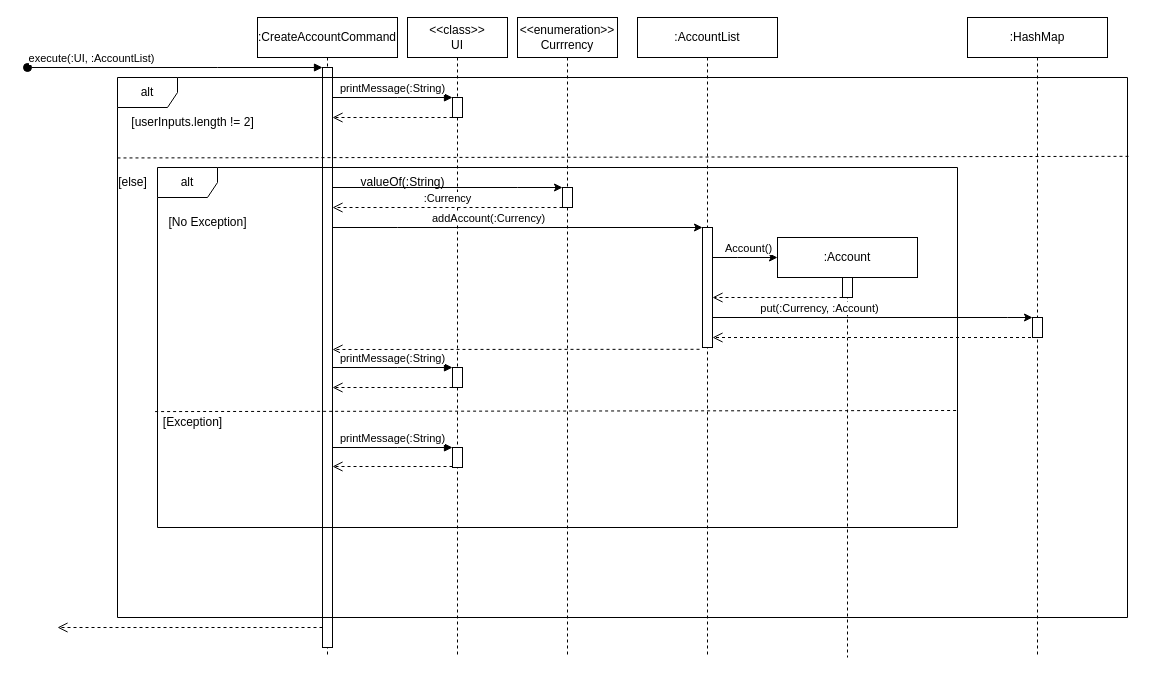
Earlier version of the draw.io diagram docs/diagrams/CreateAccountSeqDiagram.drawio (woowenjun99/tp). Source tidied: cells renumbered, new cells numbered last; positions are measured from the earlier drawing's top-left corner, leaving out a move shared by most shapes. Both pictures are drawn from the tidied source at 100%, with x=0, y=0 at pixel (27, 17).
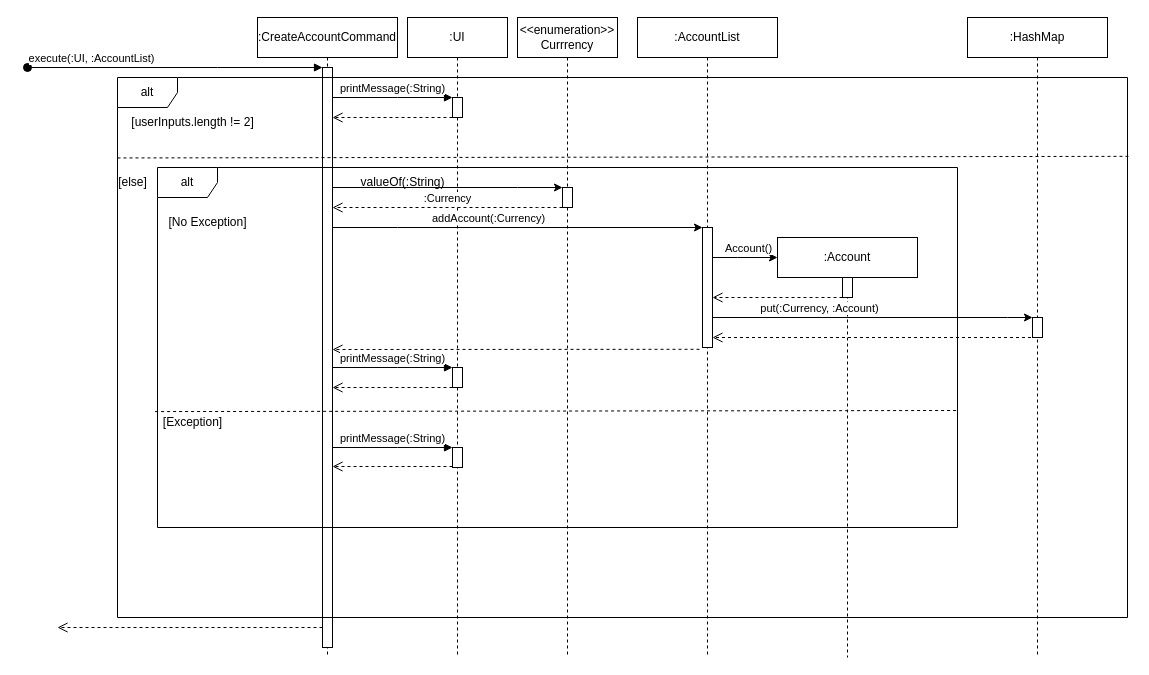
After the change.

Commit message (it also covers changes not shown here):
Fix error in Create Account Sequence Diagram

Change to the diagram source:
```diff
@@
-    <mxCell id="5" value="&amp;lt;&amp;lt;class&amp;gt;&amp;gt;&lt;br&gt;UI" style="shape=umlLifeline;perimeter=lifelinePerimeter;whiteSpace=wrap;html=1;newEdgeStyle={&quot;edgeStyle&quot;:&quot;elbowEdgeStyle&quot;,&quot;elbow&quot;:&quot;vertical&quot;,&quot;curved&quot;:0,&quot;rounded&quot;:0};" parent="1" vertex="1">
+    <mxCell id="5" value=":UI" style="shape=umlLifeline;perimeter=lifelinePerimeter;whiteSpace=wrap;html=1;newEdgeStyle={&quot;edgeStyle&quot;:&quot;elbowEdgeStyle&quot;,&quot;elbow&quot;:&quot;vertical&quot;,&quot;curved&quot;:0,&quot;rounded&quot;:0};" parent="1" vertex="1">
       <mxGeometry x="380" width="100" height="640" as="geometry" />
     </mxCell>
```
